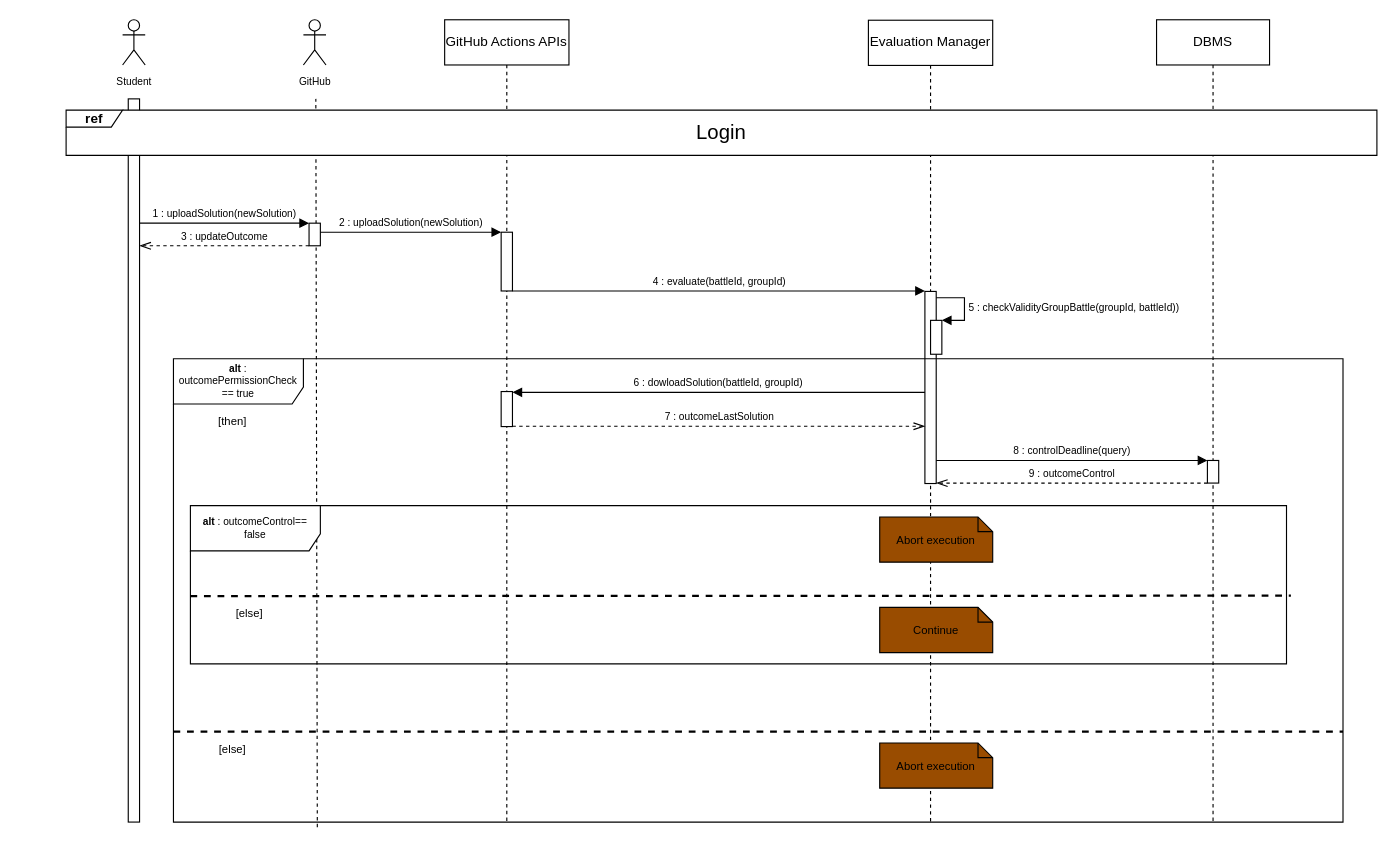
Above: DDwip/ExtraFiles/Sequence/Sequence12DD.drawio in francescospangaro/SpangaroTosettiRiccardi (draw.io), before the change. Source tidied: cells renumbered, new cells numbered last; positions are measured from the earlier drawing's top-left corner, leaving out a move shared by most shapes. Both pictures are drawn from the tidied source at 113%, with x=0, y=0 at pixel (66, 19).
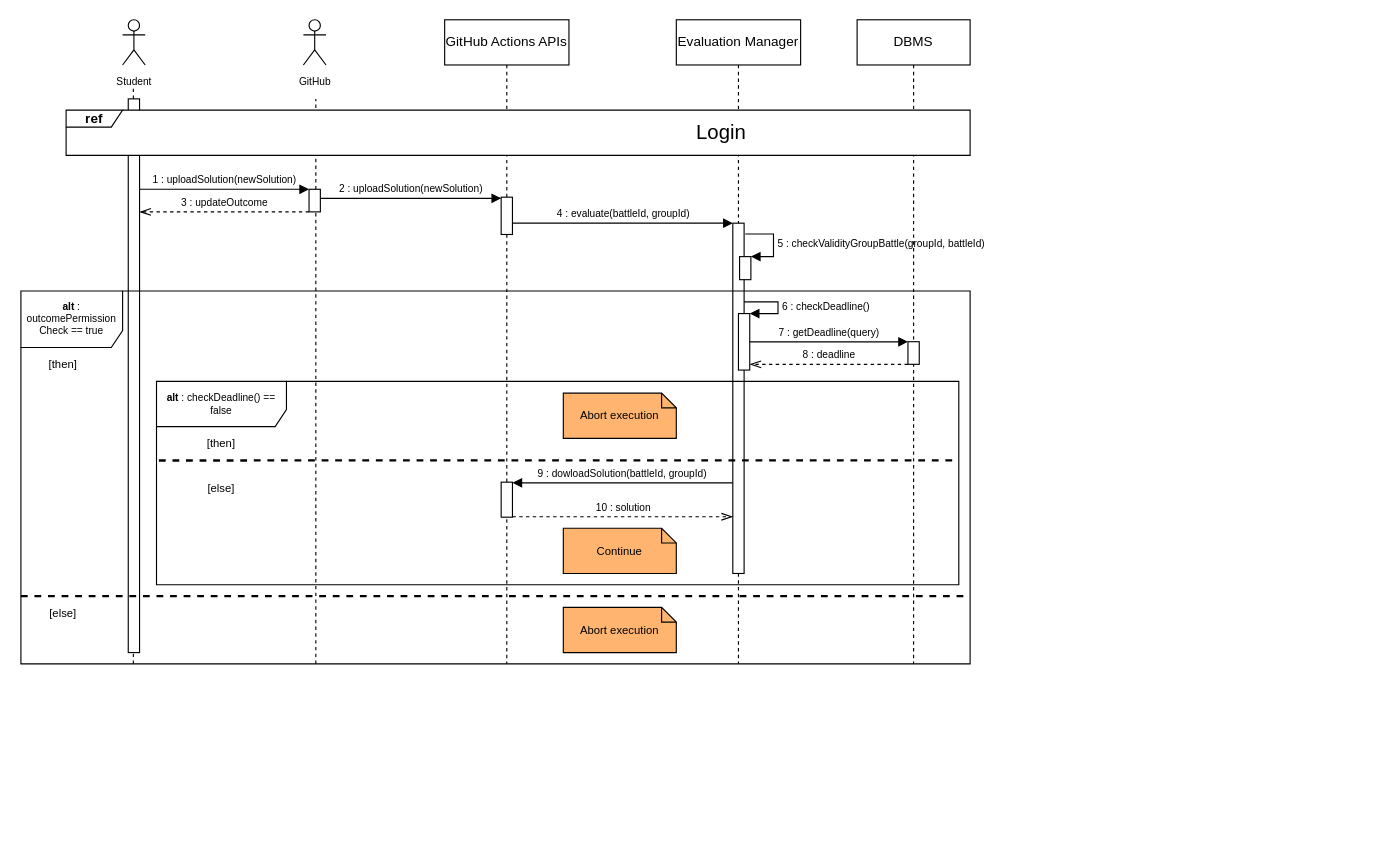
The same page after the edit.

Diff of the diagram source:
```diff
@@
-    <mxCell id="2" style="endArrow=none;dashed=1;html=1;rounded=0;exitX=0.123;exitY=1.011;exitDx=0;exitDy=0;exitPerimeter=0;" parent="1" edge="1" source="22">
+    <mxCell id="2" style="endArrow=none;dashed=1;html=1;rounded=0;" parent="1" edge="1">
       <mxGeometry relative="1" as="geometry">
+        <mxPoint x="221" y="570" as="sourcePoint" />
         <mxPoint x="221" y="70" as="targetPoint" />
       </mxGeometry>
     </mxCell>
     <mxCell id="3" value="GitHub Actions APIs" style="shape=umlLifeline;perimeter=lifelinePerimeter;whiteSpace=wrap;html=1;newEdgeStyle={&quot;curved&quot;:0,&quot;rounded&quot;:0};" parent="1" vertex="1">
-      <mxGeometry x="335" width="110" height="710" as="geometry" />
+      <mxGeometry x="335" width="110" height="570" as="geometry" />
     </mxCell>
     <mxCell id="4" style="html=1;points=[];perimeter=orthogonalPerimeter;outlineConnect=0;targetShapes=umlLifeline;portConstraint=eastwest;newEdgeStyle={&quot;edgeStyle&quot;:&quot;elbowEdgeStyle&quot;,&quot;elbow&quot;:&quot;vertical&quot;,&quot;curved&quot;:0,&quot;rounded&quot;:0};" parent="3" vertex="1">
-      <mxGeometry x="50" y="188" width="10" height="52" as="geometry" />
+      <mxGeometry x="50" y="157" width="10" height="33" as="geometry" />
     </mxCell>
@@
     <mxCell id="6" style="html=1;points=[];perimeter=orthogonalPerimeter;outlineConnect=0;targetShapes=umlLifeline;portConstraint=eastwest;newEdgeStyle={&quot;edgeStyle&quot;:&quot;elbowEdgeStyle&quot;,&quot;elbow&quot;:&quot;vertical&quot;,&quot;curved&quot;:0,&quot;rounded&quot;:0};" parent="1" vertex="1">
-      <mxGeometry x="55" y="70" width="10" height="640" as="geometry" />
+      <mxGeometry x="55" y="70" width="10" height="490" as="geometry" />
     </mxCell>
-    <mxCell id="7" value="&lt;font style=&quot;font-size: 9px;&quot;&gt;1 : uploadSolution(newSolution)&lt;/font&gt;" style="html=1;verticalAlign=bottom;endArrow=block;edgeStyle=elbowEdgeStyle;elbow=horizontal;curved=0;rounded=0;" parent="1" edge="1" source="6" target="18">
+    <mxCell id="7" value="&lt;font style=&quot;font-size: 9px;&quot;&gt;1 : uploadSolution(newSolution)&lt;/font&gt;" style="html=1;verticalAlign=bottom;endArrow=block;edgeStyle=elbowEdgeStyle;elbow=horizontal;curved=0;rounded=0;" parent="1" edge="1" target="18">
       <mxGeometry relative="1" as="geometry">
+        <mxPoint x="65" y="150" as="sourcePoint" />
         <Array as="points">
-          <mxPoint x="209" y="180" />
+          <mxPoint x="209" y="150" />
         </Array>
       </mxGeometry>
     </mxCell>
     <mxCell id="8" value="Evaluation Manager" style="shape=umlLifeline;perimeter=lifelinePerimeter;whiteSpace=wrap;html=1;newEdgeStyle={&quot;curved&quot;:0,&quot;rounded&quot;:0};" parent="1" vertex="1">
-      <mxGeometry x="710" y="0.4" width="110" height="709.6" as="geometry" />
+      <mxGeometry x="540" width="110" height="569.6" as="geometry" />
     </mxCell>
     <mxCell id="9" style="html=1;points=[[0,0,0,0,5],[0,1,0,0,-5],[1,0,0,0,5],[1,1,0,0,-5]];perimeter=orthogonalPerimeter;outlineConnect=0;targetShapes=umlLifeline;portConstraint=eastwest;newEdgeStyle={&quot;curved&quot;:0,&quot;rounded&quot;:0};" parent="8" vertex="1">
-      <mxGeometry x="50" y="240" width="10" height="170" as="geometry" />
+      <mxGeometry x="50" y="180" width="10" height="310" as="geometry" />
     </mxCell>
+    <mxCell id="25" style="html=1;points=[[0,0,0,0,5],[0,1,0,0,-5],[1,0,0,0,5],[1,1,0,0,-5]];perimeter=orthogonalPerimeter;outlineConnect=0;targetShapes=umlLifeline;portConstraint=eastwest;newEdgeStyle={&quot;curved&quot;:0,&quot;rounded&quot;:0};" parent="8" vertex="1">
+      <mxGeometry x="56" y="209.6" width="10" height="20.4" as="geometry" />
+    </mxCell>
+    <mxCell id="26" value="&lt;font style=&quot;font-size: 9px;&quot;&gt;5 : checkValidityGroupBattle(groupId, battleId)&lt;/font&gt;" style="html=1;align=left;spacingLeft=2;endArrow=block;rounded=0;edgeStyle=orthogonalEdgeStyle;curved=0;rounded=0;" parent="8" edge="1" target="25">
+      <mxGeometry relative="1" as="geometry">
+        <mxPoint x="61" y="189.6" as="sourcePoint" />
+        <Array as="points">
+          <mxPoint x="86" y="189.6" />
+          <mxPoint x="86" y="209.6" />
+        </Array>
+      </mxGeometry>
+    </mxCell>
+    <mxCell id="37" style="html=1;points=[[0,0,0,0,5],[0,1,0,0,-5],[1,0,0,0,5],[1,1,0,0,-5]];perimeter=orthogonalPerimeter;outlineConnect=0;targetShapes=umlLifeline;portConstraint=eastwest;newEdgeStyle={&quot;curved&quot;:0,&quot;rounded&quot;:0};" parent="8" vertex="1">
+      <mxGeometry x="55" y="260" width="10" height="50" as="geometry" />
+    </mxCell>
+    <mxCell id="38" value="&lt;font style=&quot;font-size: 9px;&quot;&gt;6 : checkDeadline()&lt;/font&gt;" style="html=1;align=left;spacingLeft=2;endArrow=block;rounded=0;edgeStyle=orthogonalEdgeStyle;curved=0;rounded=0;" parent="8" edge="1" target="37">
+      <mxGeometry relative="1" as="geometry">
+        <mxPoint x="60" y="249.6" as="sourcePoint" />
+        <Array as="points">
+          <mxPoint x="90" y="250" />
+          <mxPoint x="90" y="260" />
+        </Array>
+      </mxGeometry>
+    </mxCell>
@@
     <mxCell id="11" value="DBMS" style="shape=umlLifeline;perimeter=lifelinePerimeter;whiteSpace=wrap;html=1;newEdgeStyle={&quot;curved&quot;:0,&quot;rounded&quot;:0};" parent="1" vertex="1">
-      <mxGeometry x="965" width="100" height="710" as="geometry" />
+      <mxGeometry x="700" width="100" height="570" as="geometry" />
     </mxCell>
+    <mxCell id="31" style="html=1;points=[[0,0,0,0,5],[0,1,0,0,-5],[1,0,0,0,5],[1,1,0,0,-5]];perimeter=orthogonalPerimeter;outlineConnect=0;targetShapes=umlLifeline;portConstraint=eastwest;newEdgeStyle={&quot;curved&quot;:0,&quot;rounded&quot;:0};" parent="11" vertex="1">
+      <mxGeometry x="45" y="284.9" width="10" height="20" as="geometry" />
+    </mxCell>
-    <mxCell id="12" value="&lt;font style=&quot;font-size: 9px;&quot;&gt;3 : updateOutcome&lt;/font&gt;" style="html=1;verticalAlign=bottom;endArrow=openThin;dashed=1;endSize=8;edgeStyle=elbowEdgeStyle;elbow=vertical;curved=0;rounded=0;endFill=0;" parent="1" edge="1" source="18" target="6">
+    <mxCell id="12" value="&lt;font style=&quot;font-size: 9px;&quot;&gt;3 : updateOutcome&lt;/font&gt;" style="html=1;verticalAlign=bottom;endArrow=openThin;dashed=1;endSize=8;edgeStyle=elbowEdgeStyle;elbow=vertical;curved=0;rounded=0;endFill=0;" parent="1" edge="1" source="18">
       <mxGeometry relative="1" as="geometry">
+        <mxPoint x="65" y="170" as="targetPoint" />
         <Array as="points">
-          <mxPoint x="200" y="200" />
-          <mxPoint x="180" y="190" />
+          <mxPoint x="200" y="170" />
+          <mxPoint x="180" y="160" />
         </Array>
       </mxGeometry>
     </mxCell>
-    <mxCell id="13" value="&lt;font style=&quot;font-size: 9px;&quot;&gt;6 : dowloadSolution(battleId, groupId)&lt;/font&gt;" style="html=1;verticalAlign=bottom;endArrow=block;edgeStyle=elbowEdgeStyle;elbow=horizontal;curved=0;rounded=0;" parent="1" edge="1">
+    <mxCell id="13" value="&lt;font style=&quot;font-size: 9px;&quot;&gt;9 : dowloadSolution(battleId, groupId)&lt;/font&gt;" style="html=1;verticalAlign=bottom;endArrow=block;edgeStyle=elbowEdgeStyle;elbow=horizontal;curved=0;rounded=0;" parent="1" edge="1" source="9">
       <mxGeometry relative="1" as="geometry">
-        <mxPoint x="760" y="329.7" as="sourcePoint" />
-        <mxPoint x="395" y="329.7" as="targetPoint" />
+        <mxPoint x="395" y="409.8" as="targetPoint" />
         <Array as="points">
-          <mxPoint x="398" y="329.7" />
-          <mxPoint x="322" y="369.7" />
+          <mxPoint x="398" y="409.8" />
+          <mxPoint x="322" y="449.8" />
         </Array>
       </mxGeometry>
     </mxCell>
-    <mxCell id="14" value="&lt;font style=&quot;font-size: 9px;&quot;&gt;7 : outcomeLastSolution&lt;/font&gt;" style="html=1;verticalAlign=bottom;endArrow=openThin;dashed=1;endSize=8;edgeStyle=elbowEdgeStyle;elbow=vertical;curved=0;rounded=0;endFill=0;" parent="1" edge="1">
+    <mxCell id="14" value="&lt;font style=&quot;font-size: 9px;&quot;&gt;10 : solution&lt;/font&gt;" style="html=1;verticalAlign=bottom;endArrow=openThin;dashed=1;endSize=8;edgeStyle=elbowEdgeStyle;elbow=vertical;curved=0;rounded=0;endFill=0;" parent="1" edge="1" target="9">
       <mxGeometry relative="1" as="geometry">
-        <mxPoint x="395" y="359.7" as="sourcePoint" />
-        <mxPoint x="760" y="359.7" as="targetPoint" />
+        <mxPoint x="395" y="439.8" as="sourcePoint" />
         <Array as="points">
-          <mxPoint x="410" y="359.7" />
-          <mxPoint x="305" y="399.7" />
+          <mxPoint x="410" y="439.8" />
+          <mxPoint x="305" y="479.8" />
         </Array>
       </mxGeometry>
     </mxCell>
     <mxCell id="15" value="&lt;b&gt;ref&lt;/b&gt;" style="shape=umlFrame;whiteSpace=wrap;html=1;width=50;height=15;labelBorderColor=none;labelBackgroundColor=none;fontColor=default;swimlaneFillColor=default;" parent="1" vertex="1">
-      <mxGeometry y="80" width="1160" height="40" as="geometry" />
+      <mxGeometry y="80" width="800" height="40" as="geometry" />
     </mxCell>
@@
     <mxCell id="18" style="html=1;points=[];perimeter=orthogonalPerimeter;outlineConnect=0;targetShapes=umlLifeline;portConstraint=eastwest;newEdgeStyle={&quot;edgeStyle&quot;:&quot;elbowEdgeStyle&quot;,&quot;elbow&quot;:&quot;vertical&quot;,&quot;curved&quot;:0,&quot;rounded&quot;:0};" parent="1" vertex="1">
-      <mxGeometry x="215" y="180" width="10" height="20" as="geometry" />
+      <mxGeometry x="215" y="150" width="10" height="20" as="geometry" />
     </mxCell>
     <mxCell id="19" value="&lt;font style=&quot;font-size: 9px;&quot;&gt;2 : uploadSolution(newSolution)&lt;/font&gt;" style="html=1;verticalAlign=bottom;endArrow=block;edgeStyle=elbowEdgeStyle;elbow=horizontal;curved=0;rounded=0;" parent="1" edge="1" target="4">
       <mxGeometry relative="1" as="geometry">
-        <mxPoint x="225" y="188" as="sourcePoint" />
+        <mxPoint x="225" y="158" as="sourcePoint" />
         <Array as="points">
-          <mxPoint x="384" y="188" />
+          <mxPoint x="384" y="158" />
         </Array>
       </mxGeometry>
     </mxCell>
-    <mxCell id="20" value="&lt;font style=&quot;font-size: 9px;&quot;&gt;4 :&amp;nbsp;evaluate(battleId, groupId)&lt;/font&gt;" style="html=1;verticalAlign=bottom;endArrow=block;edgeStyle=elbowEdgeStyle;elbow=horizontal;curved=0;rounded=0;" parent="1" edge="1">
+    <mxCell id="20" value="&lt;font style=&quot;font-size: 9px;&quot;&gt;4 :&amp;nbsp;evaluate(battleId, groupId)&lt;/font&gt;" style="html=1;verticalAlign=bottom;endArrow=block;edgeStyle=elbowEdgeStyle;elbow=horizontal;curved=0;rounded=0;" parent="1" edge="1" target="9">
       <mxGeometry relative="1" as="geometry">
-        <mxPoint x="395" y="240" as="sourcePoint" />
-        <mxPoint x="760" y="240" as="targetPoint" />
+        <mxPoint x="395" y="180" as="sourcePoint" />
         <Array as="points">
-          <mxPoint x="590" y="240" />
+          <mxPoint x="540" y="180" />
         </Array>
       </mxGeometry>
     </mxCell>
-    <mxCell id="21" value="[else]" style="text;html=1;strokeColor=none;fillColor=none;align=center;verticalAlign=middle;whiteSpace=wrap;rounded=0;fontSize=10;" parent="1" vertex="1">
-      <mxGeometry x="130" y="640" width="35" height="10" as="geometry" />
-    </mxCell>
-    <mxCell id="22" value="&lt;p style=&quot;line-height: 120%; font-size: 9px;&quot;&gt;&lt;b style=&quot;border-color: var(--border-color);&quot;&gt;alt&amp;nbsp;&lt;/b&gt;: outcomePermissionCheck == true&lt;br&gt;&lt;/p&gt;" style="shape=umlFrame;whiteSpace=wrap;html=1;width=115;height=40;verticalAlign=middle;horizontal=1;labelPosition=center;verticalLabelPosition=middle;align=center;" parent="1" vertex="1">
-      <mxGeometry x="95" y="300" width="1035" height="410" as="geometry" />
+    <mxCell id="22" value="&lt;p style=&quot;line-height: 120%; font-size: 9px;&quot;&gt;&lt;b style=&quot;border-color: var(--border-color);&quot;&gt;alt&amp;nbsp;&lt;/b&gt;: outcomePermission Check == true&lt;br&gt;&lt;/p&gt;" style="shape=umlFrame;whiteSpace=wrap;html=1;width=90;height=50;verticalAlign=middle;horizontal=1;labelPosition=center;verticalLabelPosition=middle;align=center;" parent="1" vertex="1">
+      <mxGeometry x="-40" y="240" width="840" height="330" as="geometry" />
     </mxCell>
     <mxCell id="23" value="[then]" style="text;html=1;strokeColor=none;fillColor=none;align=center;verticalAlign=middle;whiteSpace=wrap;rounded=0;fontSize=10;" parent="1" vertex="1">
-      <mxGeometry x="130" y="350" width="35" height="10" as="geometry" />
+      <mxGeometry x="120" y="370.4" width="35" height="10" as="geometry" />
     </mxCell>
-    <mxCell id="24" style="endArrow=none;dashed=1;html=1;rounded=0;strokeWidth=2;" parent="1" edge="1">
-      <mxGeometry relative="1" as="geometry">
-        <mxPoint x="95" y="630" as="sourcePoint" />
-        <mxPoint x="1130" y="630" as="targetPoint" />
-      </mxGeometry>
-    </mxCell>
-    <mxCell id="25" style="html=1;points=[[0,0,0,0,5],[0,1,0,0,-5],[1,0,0,0,5],[1,1,0,0,-5]];perimeter=orthogonalPerimeter;outlineConnect=0;targetShapes=umlLifeline;portConstraint=eastwest;newEdgeStyle={&quot;curved&quot;:0,&quot;rounded&quot;:0};" parent="1" vertex="1">
-      <mxGeometry x="765" y="266" width="10" height="30" as="geometry" />
-    </mxCell>
-    <mxCell id="26" value="&lt;font style=&quot;font-size: 9px;&quot;&gt;5 : checkValidityGroupBattle(groupId, battleId))&lt;/font&gt;" style="html=1;align=left;spacingLeft=2;endArrow=block;rounded=0;edgeStyle=orthogonalEdgeStyle;curved=0;rounded=0;" parent="1" edge="1" target="25">
-      <mxGeometry relative="1" as="geometry">
-        <mxPoint x="770" y="246" as="sourcePoint" />
-        <Array as="points">
-          <mxPoint x="795" y="246" />
-          <mxPoint x="795" y="266" />
-        </Array>
-      </mxGeometry>
-    </mxCell>
     <mxCell id="27" style="html=1;perimeter=orthogonalPerimeter;targetShapes=umlLifeline;newEdgeStyle={&quot;edgeStyle&quot;:&quot;elbowEdgeStyle&quot;,&quot;elbow&quot;:&quot;vertical&quot;,&quot;curved&quot;:0,&quot;rounded&quot;:0};" parent="1" vertex="1">
-      <mxGeometry x="385" y="329" width="10" height="31" as="geometry" />
+      <mxGeometry x="385" y="409.2" width="10" height="31" as="geometry" />
     </mxCell>
-    <mxCell id="28" value="&lt;font style=&quot;font-size: 10px;&quot;&gt;Abort execution&lt;/font&gt;" style="shape=note;size=13;whiteSpace=wrap;html=1;fillColor=#994C00;" parent="1" vertex="1">
-      <mxGeometry x="720" y="640" width="100" height="40" as="geometry" />
+    <mxCell id="28" value="&lt;font style=&quot;font-size: 10px;&quot;&gt;Abort execution&lt;/font&gt;" style="shape=note;size=13;whiteSpace=wrap;html=1;fillColor=#FFB570;" parent="1" vertex="1">
+      <mxGeometry x="440" y="520" width="100" height="40" as="geometry" />
     </mxCell>
-    <mxCell id="29" value="&lt;font style=&quot;font-size: 9px;&quot;&gt;8 : controlDeadline(query)&lt;/font&gt;" style="html=1;verticalAlign=bottom;endArrow=block;edgeStyle=elbowEdgeStyle;elbow=vertical;curved=0;rounded=0;" parent="1" edge="1" target="31">
-      <mxGeometry relative="1" as="geometry">
-        <mxPoint x="770" y="390" as="sourcePoint" />
-        <Array as="points">
-          <mxPoint x="815" y="390" />
-        </Array>
-      </mxGeometry>
-    </mxCell>
-    <mxCell id="30" value="&lt;font style=&quot;font-size: 9px;&quot;&gt;9 : outcomeControl&lt;/font&gt;" style="html=1;verticalAlign=bottom;endArrow=openThin;dashed=1;endSize=8;edgeStyle=elbowEdgeStyle;elbow=horizontal;curved=0;rounded=0;endFill=0;" parent="1" edge="1" source="31">
-      <mxGeometry relative="1" as="geometry">
-        <mxPoint x="770" y="410" as="targetPoint" />
-        <Array as="points">
-          <mxPoint x="925" y="410" />
-        </Array>
-      </mxGeometry>
-    </mxCell>
-    <mxCell id="31" style="html=1;points=[[0,0,0,0,5],[0,1,0,0,-5],[1,0,0,0,5],[1,1,0,0,-5]];perimeter=orthogonalPerimeter;outlineConnect=0;targetShapes=umlLifeline;portConstraint=eastwest;newEdgeStyle={&quot;curved&quot;:0,&quot;rounded&quot;:0};" parent="1" vertex="1">
-      <mxGeometry x="1010" y="390" width="10" height="20" as="geometry" />
-    </mxCell>
-    <mxCell id="32" value="&lt;p style=&quot;line-height: 120%; font-size: 9px;&quot;&gt;&lt;b style=&quot;border-color: var(--border-color);&quot;&gt;alt&amp;nbsp;&lt;/b&gt;: outcomeControl== false&lt;/p&gt;" style="shape=umlFrame;whiteSpace=wrap;html=1;width=115;height=40;verticalAlign=middle;horizontal=1;labelPosition=center;verticalLabelPosition=middle;align=center;" parent="1" vertex="1">
-      <mxGeometry x="110" y="430" width="970" height="140" as="geometry" />
+    <mxCell id="32" value="&lt;p style=&quot;line-height: 120%; font-size: 9px;&quot;&gt;&lt;b style=&quot;border-color: var(--border-color);&quot;&gt;alt&amp;nbsp;&lt;/b&gt;: checkDeadline() == false&lt;/p&gt;" style="shape=umlFrame;whiteSpace=wrap;html=1;width=115;height=40;verticalAlign=middle;horizontal=1;labelPosition=center;verticalLabelPosition=middle;align=center;" parent="1" vertex="1">
+      <mxGeometry x="80" y="320" width="710" height="180" as="geometry" />
     </mxCell>
-    <mxCell id="33" value="&lt;font style=&quot;font-size: 10px;&quot;&gt;Abort execution&lt;/font&gt;" style="shape=note;size=13;whiteSpace=wrap;html=1;fillColor=#994C00;" parent="1" vertex="1">
-      <mxGeometry x="720" y="440" width="100" height="40" as="geometry" />
+    <mxCell id="33" value="&lt;font style=&quot;font-size: 10px;&quot;&gt;Abort execution&lt;/font&gt;" style="shape=note;size=13;whiteSpace=wrap;html=1;fillColor=#FFB570;" parent="1" vertex="1">
+      <mxGeometry x="440" y="330.4" width="100" height="40" as="geometry" />
     </mxCell>
     <mxCell id="34" value="[else]" style="text;html=1;strokeColor=none;fillColor=none;align=center;verticalAlign=middle;whiteSpace=wrap;rounded=0;fontSize=10;" parent="1" vertex="1">
-      <mxGeometry x="145" y="520" width="35" height="10" as="geometry" />
+      <mxGeometry x="-20" y="520" width="35" height="10" as="geometry" />
     </mxCell>
-    <mxCell id="35" style="endArrow=none;dashed=1;html=1;rounded=0;strokeWidth=2;entryX=1.004;entryY=0.569;entryDx=0;entryDy=0;entryPerimeter=0;" parent="1" edge="1" target="32">
-      <mxGeometry relative="1" as="geometry">
-        <mxPoint x="110" y="510" as="sourcePoint" />
-      </mxGeometry>
-    </mxCell>
-    <mxCell id="36" value="&lt;font style=&quot;font-size: 10px;&quot;&gt;Continue&lt;/font&gt;" style="shape=note;size=13;whiteSpace=wrap;html=1;fillColor=#994C00;" parent="1" vertex="1">
-      <mxGeometry x="720" y="520" width="100" height="40" as="geometry" />
+    <mxCell id="36" value="&lt;font style=&quot;font-size: 10px;&quot;&gt;Continue&lt;/font&gt;" style="shape=note;size=13;whiteSpace=wrap;html=1;fillColor=#FFB570;" parent="1" vertex="1">
+      <mxGeometry x="440" y="450" width="100" height="40" as="geometry" />
     </mxCell>
+    <mxCell id="39" value="[then]" style="text;html=1;strokeColor=none;fillColor=none;align=center;verticalAlign=middle;whiteSpace=wrap;rounded=0;fontSize=10;" parent="1" vertex="1">
+      <mxGeometry x="-20" y="300" width="35" height="10" as="geometry" />
+    </mxCell>
+    <mxCell id="21" value="[else]" style="text;html=1;strokeColor=none;fillColor=none;align=center;verticalAlign=middle;whiteSpace=wrap;rounded=0;fontSize=10;" parent="1" vertex="1">
+      <mxGeometry x="120" y="409.2" width="35" height="10" as="geometry" />
+    </mxCell>
+    <mxCell id="40" style="endArrow=none;dashed=1;html=1;rounded=0;strokeWidth=2;exitX=0.003;exitY=0.389;exitDx=0;exitDy=0;exitPerimeter=0;" parent="1" edge="1" source="32">
+      <mxGeometry relative="1" as="geometry">
+        <mxPoint x="790" y="390" as="targetPoint" />
+      </mxGeometry>
+    </mxCell>
+    <mxCell id="41" style="endArrow=none;dashed=1;html=1;rounded=0;" parent="1" edge="1">
+      <mxGeometry relative="1" as="geometry">
+        <mxPoint x="59.5" y="70" as="sourcePoint" />
+        <mxPoint x="59.5" y="60" as="targetPoint" />
+      </mxGeometry>
+    </mxCell>
+    <mxCell id="42" style="endArrow=none;dashed=1;html=1;rounded=0;" parent="1" edge="1">
+      <mxGeometry relative="1" as="geometry">
+        <mxPoint x="59.5" y="570" as="sourcePoint" />
+        <mxPoint x="59.5" y="560" as="targetPoint" />
+      </mxGeometry>
+    </mxCell>
+    <mxCell id="29" value="&lt;font style=&quot;font-size: 9px;&quot;&gt;7 : getDeadline(query)&lt;/font&gt;" style="html=1;verticalAlign=bottom;endArrow=block;edgeStyle=elbowEdgeStyle;elbow=vertical;curved=0;rounded=0;" parent="1" edge="1" source="37" target="31">
+      <mxGeometry relative="1" as="geometry">
+        <Array as="points">
+          <mxPoint x="670" y="285" />
+        </Array>
+      </mxGeometry>
+    </mxCell>
+    <mxCell id="30" value="&lt;font style=&quot;font-size: 9px;&quot;&gt;8 : deadline&lt;/font&gt;" style="html=1;verticalAlign=bottom;endArrow=openThin;dashed=1;endSize=8;edgeStyle=elbowEdgeStyle;elbow=horizontal;curved=0;rounded=0;endFill=0;" parent="1" edge="1" source="31" target="37">
+      <mxGeometry relative="1" as="geometry">
+        <Array as="points">
+          <mxPoint x="660" y="304.9" />
+        </Array>
+      </mxGeometry>
+    </mxCell>
+    <mxCell id="43" style="endArrow=none;dashed=1;html=1;rounded=0;strokeWidth=2;" parent="1" edge="1">
+      <mxGeometry relative="1" as="geometry">
+        <mxPoint x="-40" y="510" as="sourcePoint" />
+        <mxPoint x="800" y="510" as="targetPoint" />
+      </mxGeometry>
+    </mxCell>
```
